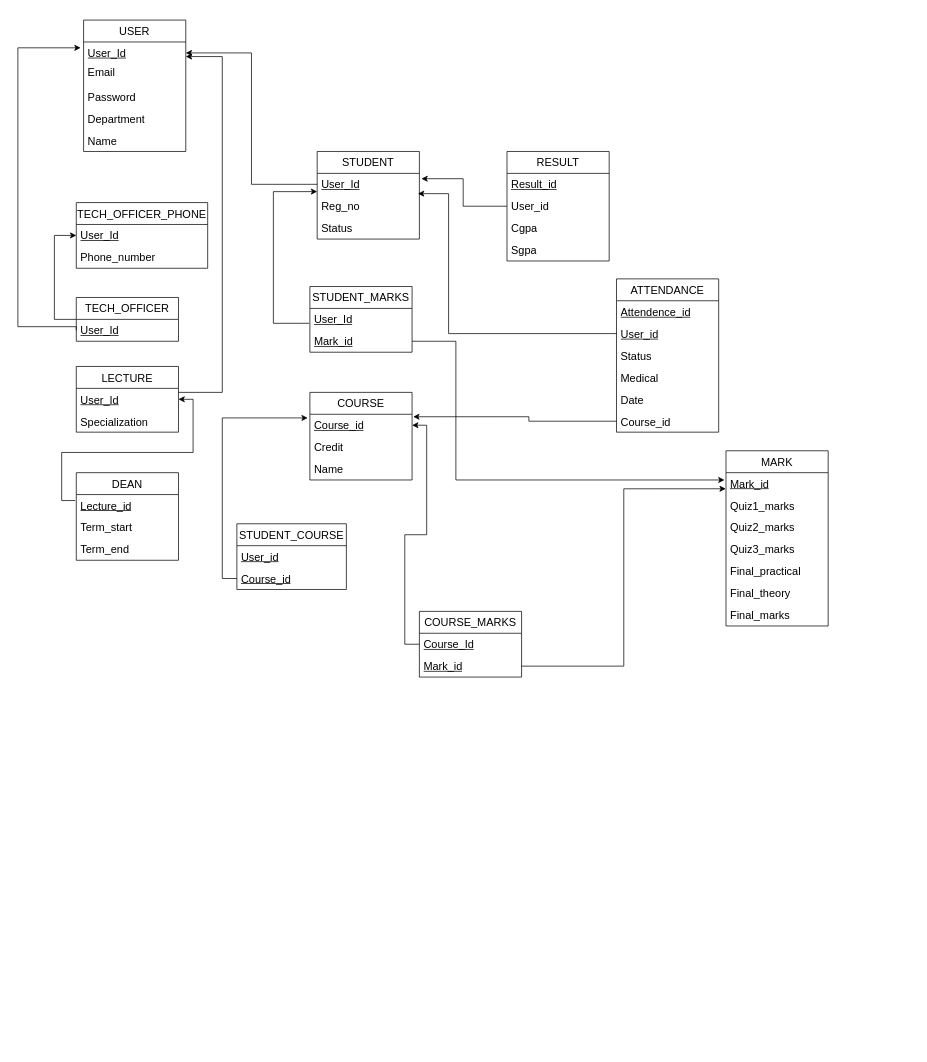
Earlier version of the draw.io diagram document/RELATIONAL SCHEMA.drawio (nuwangi2003/database_project). Source tidied: cells renumbered, new cells numbered last; positions are measured from the earlier drawing's top-left corner, leaving out a move shared by most shapes. Both pictures are drawn from the tidied source at 73%, with x=0, y=0 at pixel (18, 20).
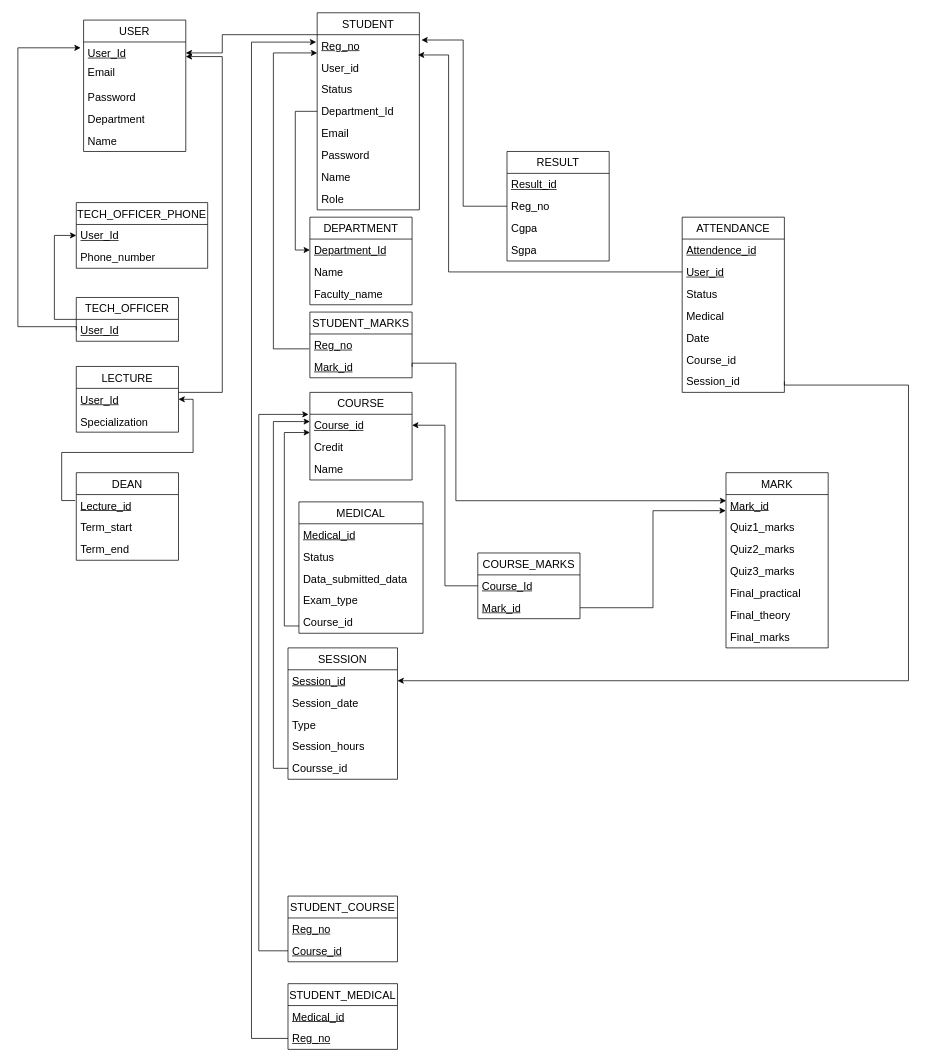
The same diagram, later.

The change refers to these unchanged cells:
```xml
<mxCell id="3" value="&lt;u&gt;User_Id&lt;/u&gt;" style="text;strokeColor=none;fillColor=none;align=left;verticalAlign=middle;spacingLeft=4;spacingRight=4;overflow=hidden;points=[[0,0.5],[1,0.5]];portConstraint=eastwest;whiteSpace=wrap;html=1;fontSize=15;" parent="2" vertex="1">
  <mxGeometry y="30" width="140" height="30" as="geometry" />
</mxCell>
<mxCell id="25" value="RESULT" style="swimlane;fontStyle=0;horizontal=1;startSize=30;whiteSpace=wrap;html=1;fontSize=15;" parent="1" vertex="1">
  <mxGeometry x="670" y="180" width="140" height="150" as="geometry" />
</mxCell>
<mxCell id="31" value="&lt;u&gt;Mark_id&lt;/u&gt;" style="text;strokeColor=none;fillColor=none;align=left;verticalAlign=middle;spacingLeft=4;spacingRight=4;overflow=hidden;points=[[0,0.5],[1,0.5]];portConstraint=eastwest;whiteSpace=wrap;html=1;fontSize=15;" parent="30" vertex="1">
  <mxGeometry y="30" width="140" height="30" as="geometry" />
</mxCell>
<mxCell id="41" value="&lt;u&gt;Mark_id&lt;/u&gt;" style="text;strokeColor=none;fillColor=none;align=left;verticalAlign=middle;spacingLeft=4;spacingRight=4;overflow=hidden;points=[[0,0.5],[1,0.5]];portConstraint=eastwest;whiteSpace=wrap;html=1;fontSize=15;" parent="39" vertex="1">
  <mxGeometry y="60" width="140" height="30" as="geometry" />
</mxCell>
<mxCell id="43" value="&lt;u&gt;Course_id&lt;/u&gt;" style="text;strokeColor=none;fillColor=none;align=left;verticalAlign=middle;spacingLeft=4;spacingRight=4;overflow=hidden;points=[[0,0.5],[1,0.5]];portConstraint=eastwest;whiteSpace=wrap;html=1;fontSize=15;" parent="42" vertex="1">
  <mxGeometry y="30" width="140" height="30" as="geometry" />
</mxCell>
<mxCell id="48" value="&lt;u&gt;Course_id&lt;/u&gt;" style="text;strokeColor=none;fillColor=none;align=left;verticalAlign=middle;spacingLeft=4;spacingRight=4;overflow=hidden;points=[[0,0.5],[1,0.5]];portConstraint=eastwest;whiteSpace=wrap;html=1;fontSize=15;" parent="46" vertex="1">
  <mxGeometry y="60" width="150" height="30" as="geometry" />
</mxCell>
<mxCell id="55" value="&lt;u&gt;User_id&lt;/u&gt;" style="text;strokeColor=none;fillColor=none;align=left;verticalAlign=middle;spacingLeft=4;spacingRight=4;overflow=hidden;points=[[0,0.5],[1,0.5]];portConstraint=eastwest;whiteSpace=wrap;html=1;fontSize=15;" parent="53" vertex="1">
  <mxGeometry y="60" width="140" height="30" as="geometry" />
</mxCell>
<mxCell id="59" value="Course_id" style="text;strokeColor=none;fillColor=none;align=left;verticalAlign=middle;spacingLeft=4;spacingRight=4;overflow=hidden;points=[[0,0.5],[1,0.5]];portConstraint=eastwest;whiteSpace=wrap;html=1;fontSize=15;" parent="53" vertex="1">
  <mxGeometry y="180" width="140" height="30" as="geometry" />
</mxCell>
```

What changed in the source:
```diff
@@
     <mxCell id="8" value="STUDENT" style="swimlane;fontStyle=0;horizontal=1;startSize=30;whiteSpace=wrap;html=1;fontSize=15;" parent="1" vertex="1">
-      <mxGeometry x="410" y="180" width="140" height="120" as="geometry" />
+      <mxGeometry x="410" y="-10" width="140" height="270" as="geometry" />
     </mxCell>
-    <mxCell id="9" value="&lt;u&gt;User_Id&lt;/u&gt;" style="text;strokeColor=none;fillColor=none;align=left;verticalAlign=middle;spacingLeft=4;spacingRight=4;overflow=hidden;points=[[0,0.5],[1,0.5]];portConstraint=eastwest;whiteSpace=wrap;html=1;fontSize=15;" parent="8" vertex="1">
+    <mxCell id="9" value="&lt;u&gt;Reg_no&lt;/u&gt;" style="text;strokeColor=none;fillColor=none;align=left;verticalAlign=middle;spacingLeft=4;spacingRight=4;overflow=hidden;points=[[0,0.5],[1,0.5]];portConstraint=eastwest;whiteSpace=wrap;html=1;fontSize=15;" parent="8" vertex="1">
       <mxGeometry y="30" width="140" height="30" as="geometry" />
     </mxCell>
-    <mxCell id="10" value="Reg_no" style="text;strokeColor=none;fillColor=none;align=left;verticalAlign=middle;spacingLeft=4;spacingRight=4;overflow=hidden;whiteSpace=wrap;html=1;fontSize=15;" parent="8" vertex="1">
+    <mxCell id="10" value="User_id" style="text;strokeColor=none;fillColor=none;align=left;verticalAlign=middle;spacingLeft=4;spacingRight=4;overflow=hidden;whiteSpace=wrap;html=1;fontSize=15;" parent="8" vertex="1">
       <mxGeometry y="60" width="140" height="30" as="geometry" />
     </mxCell>
@@
+    <mxCell id="70" value="Department_Id" style="text;strokeColor=none;fillColor=none;align=left;verticalAlign=middle;spacingLeft=4;spacingRight=4;overflow=hidden;points=[[0,0.5],[1,0.5]];portConstraint=eastwest;whiteSpace=wrap;html=1;fontSize=15;" parent="8" vertex="1">
+      <mxGeometry y="120" width="140" height="30" as="geometry" />
+    </mxCell>
+    <mxCell id="71" value="Email" style="text;strokeColor=none;fillColor=none;align=left;verticalAlign=middle;spacingLeft=4;spacingRight=4;overflow=hidden;whiteSpace=wrap;html=1;fontSize=15;" parent="8" vertex="1">
+      <mxGeometry y="150" width="140" height="30" as="geometry" />
+    </mxCell>
+    <mxCell id="72" value="Password" style="text;strokeColor=none;fillColor=none;align=left;verticalAlign=middle;spacingLeft=4;spacingRight=4;overflow=hidden;whiteSpace=wrap;html=1;fontSize=15;" parent="8" vertex="1">
+      <mxGeometry y="180" width="140" height="30" as="geometry" />
+    </mxCell>
+    <mxCell id="73" value="Name" style="text;strokeColor=none;fillColor=none;align=left;verticalAlign=middle;spacingLeft=4;spacingRight=4;overflow=hidden;whiteSpace=wrap;html=1;fontSize=15;" parent="8" vertex="1">
+      <mxGeometry y="210" width="140" height="30" as="geometry" />
+    </mxCell>
+    <mxCell id="74" value="Role" style="text;strokeColor=none;fillColor=none;align=left;verticalAlign=middle;spacingLeft=4;spacingRight=4;overflow=hidden;whiteSpace=wrap;html=1;fontSize=15;" parent="8" vertex="1">
+      <mxGeometry y="240" width="140" height="30" as="geometry" />
+    </mxCell>
@@
-    <mxCell id="27" value="User_id" style="text;strokeColor=none;fillColor=none;align=left;verticalAlign=middle;spacingLeft=4;spacingRight=4;overflow=hidden;points=[[0,0.5],[1,0.5]];portConstraint=eastwest;whiteSpace=wrap;html=1;fontSize=15;" parent="25" vertex="1">
+    <mxCell id="27" value="Reg_no" style="text;strokeColor=none;fillColor=none;align=left;verticalAlign=middle;spacingLeft=4;spacingRight=4;overflow=hidden;points=[[0,0.5],[1,0.5]];portConstraint=eastwest;whiteSpace=wrap;html=1;fontSize=15;" parent="25" vertex="1">
       <mxGeometry y="60" width="140" height="30" as="geometry" />
     </mxCell>
@@
     <mxCell id="30" value="MARK" style="swimlane;fontStyle=0;horizontal=1;startSize=30;whiteSpace=wrap;html=1;fontSize=15;" parent="1" vertex="1">
-      <mxGeometry x="970" y="590" width="140" height="240" as="geometry" />
+      <mxGeometry x="970" y="620" width="140" height="240" as="geometry" />
     </mxCell>
@@
     <mxCell id="38" style="edgeStyle=orthogonalEdgeStyle;rounded=0;jettySize=auto;html=1;entryX=0;entryY=0.833;entryDx=0;entryDy=0;entryPerimeter=0;exitX=-0.007;exitY=0.679;exitDx=0;exitDy=0;exitPerimeter=0;fontSize=15;" parent="1" edge="1" source="40" target="9">
       <mxGeometry relative="1" as="geometry">
         <Array as="points">
-          <mxPoint x="350" y="415" />
-          <mxPoint x="350" y="235" />
+          <mxPoint x="350" y="450" />
+          <mxPoint x="350" y="45" />
         </Array>
       </mxGeometry>
     </mxCell>
     <mxCell id="39" value="STUDENT_MARKS" style="swimlane;fontStyle=0;horizontal=1;startSize=30;whiteSpace=wrap;html=1;fontSize=15;" parent="1" vertex="1">
-      <mxGeometry x="400" y="365" width="140" height="90" as="geometry" />
+      <mxGeometry x="400" y="400" width="140" height="90" as="geometry" />
     </mxCell>
-    <mxCell id="40" value="&lt;u&gt;User_Id&lt;/u&gt;" style="text;strokeColor=none;fillColor=none;align=left;verticalAlign=middle;spacingLeft=4;spacingRight=4;overflow=hidden;points=[[0,0.5],[1,0.5]];portConstraint=eastwest;whiteSpace=wrap;html=1;fontSize=15;" parent="39" vertex="1">
+    <mxCell id="40" value="&lt;u&gt;Reg_no&lt;/u&gt;" style="text;strokeColor=none;fillColor=none;align=left;verticalAlign=middle;spacingLeft=4;spacingRight=4;overflow=hidden;points=[[0,0.5],[1,0.5]];portConstraint=eastwest;whiteSpace=wrap;html=1;fontSize=15;" parent="39" vertex="1">
       <mxGeometry y="30" width="140" height="30" as="geometry" />
     </mxCell>
@@
     <mxCell id="46" value="STUDENT_COURSE" style="swimlane;fontStyle=0;horizontal=1;startSize=30;whiteSpace=wrap;html=1;fontSize=15;" parent="1" vertex="1">
-      <mxGeometry x="300" y="690" width="150" height="90" as="geometry" />
+      <mxGeometry x="370" y="1200" width="150" height="90" as="geometry" />
     </mxCell>
-    <mxCell id="47" value="&lt;u&gt;User_id&lt;/u&gt;" style="text;strokeColor=none;fillColor=none;align=left;verticalAlign=middle;spacingLeft=4;spacingRight=4;overflow=hidden;whiteSpace=wrap;html=1;fontSize=15;" parent="46" vertex="1">
+    <mxCell id="47" value="&lt;u&gt;Reg_no&lt;/u&gt;" style="text;strokeColor=none;fillColor=none;align=left;verticalAlign=middle;spacingLeft=4;spacingRight=4;overflow=hidden;whiteSpace=wrap;html=1;fontSize=15;" parent="46" vertex="1">
       <mxGeometry y="30" width="150" height="30" as="geometry" />
     </mxCell>
@@
     <mxCell id="50" value="COURSE_MARKS" style="swimlane;fontStyle=0;horizontal=1;startSize=30;whiteSpace=wrap;html=1;fontSize=15;" parent="1" vertex="1">
-      <mxGeometry x="550" y="810" width="140" height="90" as="geometry" />
+      <mxGeometry x="630" y="730" width="140" height="90" as="geometry" />
     </mxCell>
@@
     <mxCell id="53" value="ATTENDANCE" style="swimlane;fontStyle=0;horizontal=1;startSize=30;whiteSpace=wrap;html=1;fontSize=15;" parent="1" vertex="1">
-      <mxGeometry x="820" y="354.5" width="140" height="210" as="geometry" />
+      <mxGeometry x="910" y="270" width="140" height="240" as="geometry" />
     </mxCell>
@@
+    <mxCell id="75" value="Session_id" style="text;strokeColor=none;fillColor=none;align=left;verticalAlign=middle;spacingLeft=4;spacingRight=4;overflow=hidden;points=[[0,0.5],[1,0.5]];portConstraint=eastwest;whiteSpace=wrap;html=1;fontSize=15;" parent="53" vertex="1">
+      <mxGeometry y="210" width="140" height="30" as="geometry" />
+    </mxCell>
@@
     <mxCell id="62" style="edgeStyle=orthogonalEdgeStyle;rounded=0;jettySize=auto;html=1;entryX=1;entryY=0.5;entryDx=0;entryDy=0;fontSize=15;" parent="1" edge="1" source="9" target="3">
-      <mxGeometry relative="1" as="geometry" />
+      <mxGeometry relative="1" as="geometry">
+        <Array as="points">
+          <mxPoint x="280" y="20" />
+          <mxPoint x="280" y="45" />
+        </Array>
+      </mxGeometry>
     </mxCell>
@@
-    <mxCell id="65" style="edgeStyle=orthogonalEdgeStyle;rounded=0;jettySize=auto;html=1;exitX=1;exitY=0.5;exitDx=0;exitDy=0;fontSize=15;" parent="1" edge="1" source="41">
+    <mxCell id="65" style="edgeStyle=orthogonalEdgeStyle;rounded=0;jettySize=auto;html=1;exitX=1;exitY=0.5;exitDx=0;exitDy=0;fontSize=15;entryX=0.002;entryY=0.281;entryDx=0;entryDy=0;entryPerimeter=0;" parent="1" edge="1" source="41" target="31">
       <mxGeometry relative="1" as="geometry">
-        <mxPoint x="968" y="630" as="targetPoint" />
         <Array as="points">
-          <mxPoint x="600" y="440" />
-          <mxPoint x="600" y="630" />
+          <mxPoint x="540" y="470" />
+          <mxPoint x="600" y="470" />
+          <mxPoint x="600" y="658" />
+          <mxPoint x="970" y="658" />
         </Array>
       </mxGeometry>
     </mxCell>
@@
-    <mxCell id="67" style="edgeStyle=orthogonalEdgeStyle;rounded=0;jettySize=auto;html=1;entryX=-0.021;entryY=0.167;entryDx=0;entryDy=0;entryPerimeter=0;exitX=0;exitY=0.5;exitDx=0;exitDy=0;fontSize=15;" parent="1" edge="1" source="48" target="43">
-      <mxGeometry relative="1" as="geometry" />
+    <mxCell id="67" style="edgeStyle=orthogonalEdgeStyle;rounded=0;jettySize=auto;html=1;entryX=-0.013;entryY=0.005;entryDx=0;entryDy=0;entryPerimeter=0;exitX=0;exitY=0.5;exitDx=0;exitDy=0;fontSize=15;" parent="1" edge="1" source="48" target="43">
+      <mxGeometry relative="1" as="geometry">
+        <Array as="points">
+          <mxPoint x="330" y="1275" />
+          <mxPoint x="330" y="540" />
+        </Array>
+      </mxGeometry>
     </mxCell>
-    <mxCell id="68" style="edgeStyle=orthogonalEdgeStyle;rounded=0;jettySize=auto;html=1;entryX=1.011;entryY=0.113;entryDx=0;entryDy=0;entryPerimeter=0;fontSize=15;" parent="1" edge="1" source="59" target="43">
-      <mxGeometry relative="1" as="geometry">
-        <Array as="points">
-          <mxPoint x="700" y="549" />
-          <mxPoint x="700" y="543" />
-        </Array>
-      </mxGeometry>
-    </mxCell>
-    <mxCell id="69" style="edgeStyle=orthogonalEdgeStyle;rounded=0;jettySize=auto;html=1;entryX=0.986;entryY=0.926;entryDx=0;entryDy=0;entryPerimeter=0;fontSize=15;" parent="1" edge="1" source="55" target="9">
+    <mxCell id="69" style="edgeStyle=orthogonalEdgeStyle;rounded=0;jettySize=auto;html=1;entryX=0.986;entryY=0.926;entryDx=0;entryDy=0;entryPerimeter=0;fontSize=15;exitX=0;exitY=0.5;exitDx=0;exitDy=0;" parent="1" edge="1" source="55" target="9">
       <mxGeometry relative="1" as="geometry">
         <Array as="points">
-          <mxPoint x="590" y="429" />
-          <mxPoint x="590" y="238" />
+          <mxPoint x="590" y="345" />
+          <mxPoint x="590" y="48" />
         </Array>
       </mxGeometry>
     </mxCell>
+    <mxCell id="76" value="DEPARTMENT" style="swimlane;fontStyle=0;horizontal=1;startSize=30;whiteSpace=wrap;html=1;fontSize=15;" parent="1" vertex="1">
+      <mxGeometry x="400" y="270" width="140" height="120" as="geometry" />
+    </mxCell>
+    <mxCell id="77" value="&lt;u&gt;Department_Id&lt;/u&gt;" style="text;strokeColor=none;fillColor=none;align=left;verticalAlign=middle;spacingLeft=4;spacingRight=4;overflow=hidden;points=[[0,0.5],[1,0.5]];portConstraint=eastwest;whiteSpace=wrap;html=1;fontSize=15;" parent="76" vertex="1">
+      <mxGeometry y="30" width="140" height="30" as="geometry" />
+    </mxCell>
+    <mxCell id="78" value="Name" style="text;strokeColor=none;fillColor=none;align=left;verticalAlign=middle;spacingLeft=4;spacingRight=4;overflow=hidden;whiteSpace=wrap;html=1;fontSize=15;" parent="76" vertex="1">
+      <mxGeometry y="60" width="140" height="30" as="geometry" />
+    </mxCell>
+    <mxCell id="79" value="Faculty_name" style="text;strokeColor=none;fillColor=none;align=left;verticalAlign=middle;spacingLeft=4;spacingRight=4;overflow=hidden;whiteSpace=wrap;html=1;fontSize=15;" parent="76" vertex="1">
+      <mxGeometry y="90" width="140" height="30" as="geometry" />
+    </mxCell>
+    <mxCell id="80" style="edgeStyle=orthogonalEdgeStyle;rounded=0;jettySize=auto;html=1;entryX=0;entryY=0.5;entryDx=0;entryDy=0;" parent="1" edge="1" source="70" target="77">
+      <mxGeometry relative="1" as="geometry" />
+    </mxCell>
+    <mxCell id="81" value="MEDICAL" style="swimlane;fontStyle=0;horizontal=1;startSize=30;whiteSpace=wrap;html=1;fontSize=15;" parent="1" vertex="1">
+      <mxGeometry x="385" y="660" width="170" height="180" as="geometry" />
+    </mxCell>
+    <mxCell id="82" value="&lt;u&gt;Medical_id&lt;/u&gt;" style="text;strokeColor=none;fillColor=none;align=left;verticalAlign=middle;spacingLeft=4;spacingRight=4;overflow=hidden;whiteSpace=wrap;html=1;fontSize=15;" parent="81" vertex="1">
+      <mxGeometry y="30" width="170" height="30" as="geometry" />
+    </mxCell>
+    <mxCell id="83" value="Status" style="text;strokeColor=none;fillColor=none;align=left;verticalAlign=middle;spacingLeft=4;spacingRight=4;overflow=hidden;whiteSpace=wrap;html=1;fontSize=15;" parent="81" vertex="1">
+      <mxGeometry y="60" width="170" height="30" as="geometry" />
+    </mxCell>
+    <mxCell id="84" value="Data_submitted_data" style="text;strokeColor=none;fillColor=none;align=left;verticalAlign=middle;spacingLeft=4;spacingRight=4;overflow=hidden;whiteSpace=wrap;html=1;fontSize=15;" parent="81" vertex="1">
+      <mxGeometry y="90" width="170" height="30" as="geometry" />
+    </mxCell>
+    <mxCell id="85" value="Exam_type" style="text;strokeColor=none;fillColor=none;align=left;verticalAlign=middle;spacingLeft=4;spacingRight=4;overflow=hidden;whiteSpace=wrap;html=1;fontSize=15;" parent="81" vertex="1">
+      <mxGeometry y="120" width="170" height="30" as="geometry" />
+    </mxCell>
+    <mxCell id="86" value="Course_id" style="text;strokeColor=none;fillColor=none;align=left;verticalAlign=middle;spacingLeft=4;spacingRight=4;overflow=hidden;whiteSpace=wrap;html=1;fontSize=15;" parent="81" vertex="1">
+      <mxGeometry y="150" width="170" height="30" as="geometry" />
+    </mxCell>
+    <mxCell id="87" style="edgeStyle=orthogonalEdgeStyle;rounded=0;orthogonalLoop=1;jettySize=auto;html=1;entryX=0;entryY=0.5;entryDx=0;entryDy=0;" parent="1" edge="1">
+      <mxGeometry relative="1" as="geometry">
+        <mxPoint x="385" y="830" as="sourcePoint" />
+        <mxPoint x="400" y="565" as="targetPoint" />
+        <Array as="points">
+          <mxPoint x="365" y="830" />
+          <mxPoint x="365" y="565" />
+        </Array>
+      </mxGeometry>
+    </mxCell>
+    <mxCell id="88" value="STUDENT_MEDICAL" style="swimlane;fontStyle=0;horizontal=1;startSize=30;whiteSpace=wrap;html=1;fontSize=15;" parent="1" vertex="1">
+      <mxGeometry x="370" y="1320" width="150" height="90" as="geometry" />
+    </mxCell>
+    <mxCell id="89" value="&lt;u&gt;Medical_id&lt;/u&gt;" style="text;strokeColor=none;fillColor=none;align=left;verticalAlign=middle;spacingLeft=4;spacingRight=4;overflow=hidden;whiteSpace=wrap;html=1;fontSize=15;" parent="88" vertex="1">
+      <mxGeometry y="30" width="150" height="30" as="geometry" />
+    </mxCell>
+    <mxCell id="90" value="&lt;u&gt;Reg_no&lt;/u&gt;" style="text;strokeColor=none;fillColor=none;align=left;verticalAlign=middle;spacingLeft=4;spacingRight=4;overflow=hidden;points=[[0,0.5],[1,0.5]];portConstraint=eastwest;whiteSpace=wrap;html=1;fontSize=15;" parent="88" vertex="1">
+      <mxGeometry y="60" width="150" height="30" as="geometry" />
+    </mxCell>
+    <mxCell id="91" style="edgeStyle=orthogonalEdgeStyle;rounded=0;jettySize=auto;html=1;entryX=-0.01;entryY=0.339;entryDx=0;entryDy=0;entryPerimeter=0;exitX=0;exitY=0.5;exitDx=0;exitDy=0;" parent="1" edge="1" source="90" target="9">
+      <mxGeometry relative="1" as="geometry">
+        <Array as="points">
+          <mxPoint x="320" y="1395" />
+          <mxPoint x="320" y="30" />
+        </Array>
+      </mxGeometry>
+    </mxCell>
+    <mxCell id="92" value="SESSION" style="swimlane;fontStyle=0;horizontal=1;startSize=30;whiteSpace=wrap;html=1;fontSize=15;" parent="1" vertex="1">
+      <mxGeometry x="370" y="860" width="150" height="180" as="geometry" />
+    </mxCell>
+    <mxCell id="93" value="&lt;u&gt;Session_id&lt;/u&gt;" style="text;strokeColor=none;fillColor=none;align=left;verticalAlign=middle;spacingLeft=4;spacingRight=4;overflow=hidden;points=[[0,0.5],[1,0.5]];portConstraint=eastwest;whiteSpace=wrap;html=1;fontSize=15;" parent="92" vertex="1">
+      <mxGeometry y="30" width="150" height="30" as="geometry" />
+    </mxCell>
+    <mxCell id="94" value="Session_date" style="text;strokeColor=none;fillColor=none;align=left;verticalAlign=middle;spacingLeft=4;spacingRight=4;overflow=hidden;whiteSpace=wrap;html=1;fontSize=15;" parent="92" vertex="1">
+      <mxGeometry y="60" width="150" height="30" as="geometry" />
+    </mxCell>
+    <mxCell id="95" value="Type" style="text;strokeColor=none;fillColor=none;align=left;verticalAlign=middle;spacingLeft=4;spacingRight=4;overflow=hidden;whiteSpace=wrap;html=1;fontSize=15;" parent="92" vertex="1">
+      <mxGeometry y="90" width="150" height="30" as="geometry" />
+    </mxCell>
+    <mxCell id="96" value="Session_hours" style="text;strokeColor=none;fillColor=none;align=left;verticalAlign=middle;spacingLeft=4;spacingRight=4;overflow=hidden;whiteSpace=wrap;html=1;fontSize=15;" parent="92" vertex="1">
+      <mxGeometry y="120" width="150" height="30" as="geometry" />
+    </mxCell>
+    <mxCell id="97" value="Coursse_id" style="text;strokeColor=none;fillColor=none;align=left;verticalAlign=middle;spacingLeft=4;spacingRight=4;overflow=hidden;points=[[0,0.5],[1,0.5]];portConstraint=eastwest;whiteSpace=wrap;html=1;fontSize=15;" parent="92" vertex="1">
+      <mxGeometry y="150" width="150" height="30" as="geometry" />
+    </mxCell>
+    <mxCell id="98" style="edgeStyle=orthogonalEdgeStyle;rounded=0;jettySize=auto;html=1;entryX=0;entryY=0.333;entryDx=0;entryDy=0;entryPerimeter=0;" parent="1" edge="1" source="97" target="43">
+      <mxGeometry relative="1" as="geometry">
+        <Array as="points">
+          <mxPoint x="350" y="1025" />
+          <mxPoint x="350" y="550" />
+        </Array>
+      </mxGeometry>
+    </mxCell>
+    <mxCell id="99" style="edgeStyle=orthogonalEdgeStyle;rounded=0;jettySize=auto;html=1;entryX=1;entryY=0.5;entryDx=0;entryDy=0;exitX=1;exitY=0.5;exitDx=0;exitDy=0;" parent="1" edge="1" source="75" target="93">
+      <mxGeometry relative="1" as="geometry">
+        <Array as="points">
+          <mxPoint x="1050" y="500" />
+          <mxPoint x="1220" y="500" />
+          <mxPoint x="1220" y="905" />
+        </Array>
+      </mxGeometry>
+    </mxCell>
```
